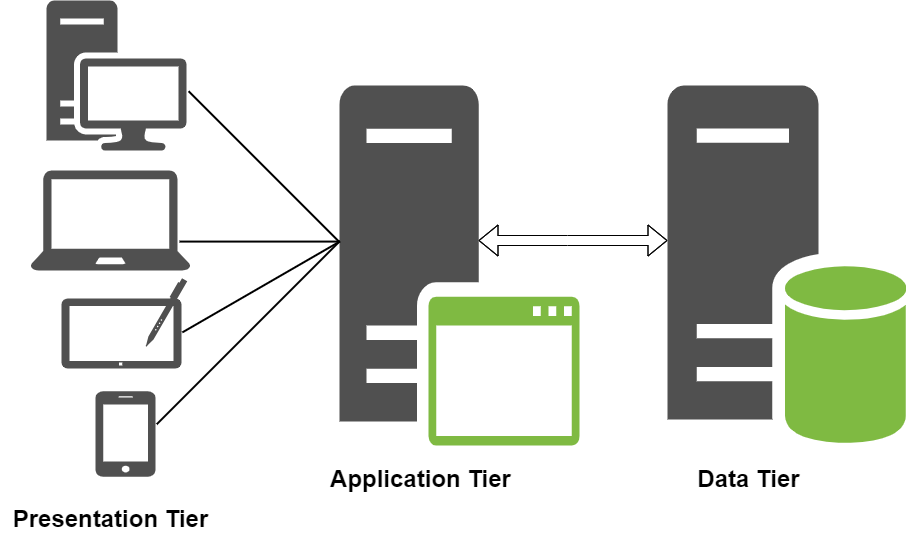
This is PROJECT 9/Images/3-tier-architecture.png from DevOpsDolapo/DevOps_Projects, a draw.io export, as it was before one commit. Source tidied: cells renumbered, new cells last; positions are measured from the earlier drawing's top-left corner, leaving out a move shared by most shapes.
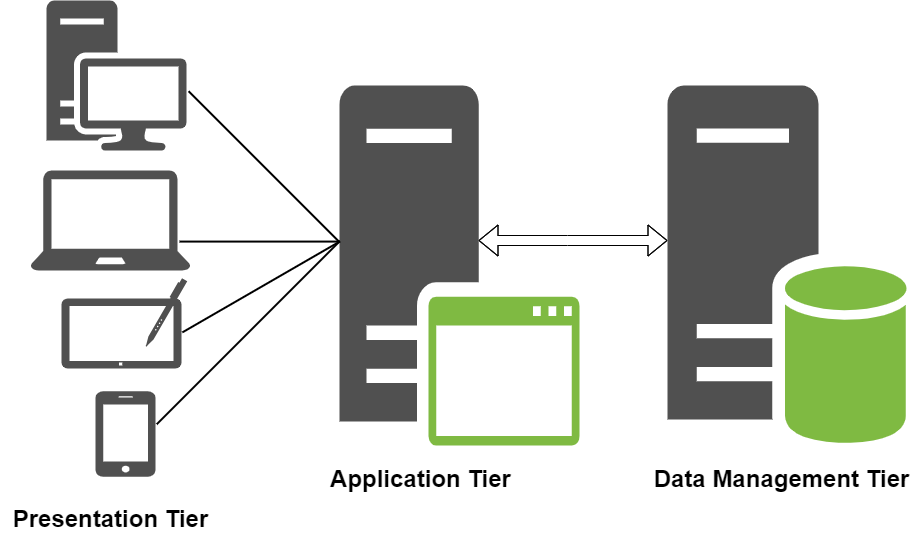
After the change.

Change to the diagram source:
```diff
@@ -5,8 +5,8 @@
     <mxCell id="2" value="&lt;font style=&quot;font-size: 24px;&quot;&gt;&lt;b style=&quot;&quot;&gt;Application Tier&lt;/b&gt;&lt;/font&gt;" style="text;html=1;align=center;verticalAlign=middle;strokeColor=none;fillColor=none;" parent="1" vertex="1">
       <mxGeometry x="320" y="458.5" width="200" height="40" as="geometry" />
     </mxCell>
-    <mxCell id="3" value="&lt;b style=&quot;&quot;&gt;&lt;font style=&quot;font-size: 24px;&quot;&gt;Data Tier&lt;/font&gt;&lt;/b&gt;" style="text;html=1;align=center;verticalAlign=middle;strokeColor=none;fillColor=none;" parent="1" vertex="1">
-      <mxGeometry x="683" y="458.5" width="130" height="40" as="geometry" />
+    <mxCell id="3" value="&lt;b style=&quot;&quot;&gt;&lt;font style=&quot;font-size: 24px;&quot;&gt;Data Management Tier&lt;/font&gt;&lt;/b&gt;" style="text;html=1;align=center;verticalAlign=middle;strokeColor=none;fillColor=none;" parent="1" vertex="1">
+      <mxGeometry x="641" y="458.5" width="280" height="40" as="geometry" />
     </mxCell>
     <mxCell id="4" value="&lt;font style=&quot;font-size: 24px;&quot;&gt;&lt;b style=&quot;&quot;&gt;Presentation Tier&lt;/b&gt;&lt;/font&gt;" style="text;html=1;align=center;verticalAlign=middle;strokeColor=none;fillColor=none;" parent="1" vertex="1">
       <mxGeometry y="498.5" width="220" height="40" as="geometry" />
```
